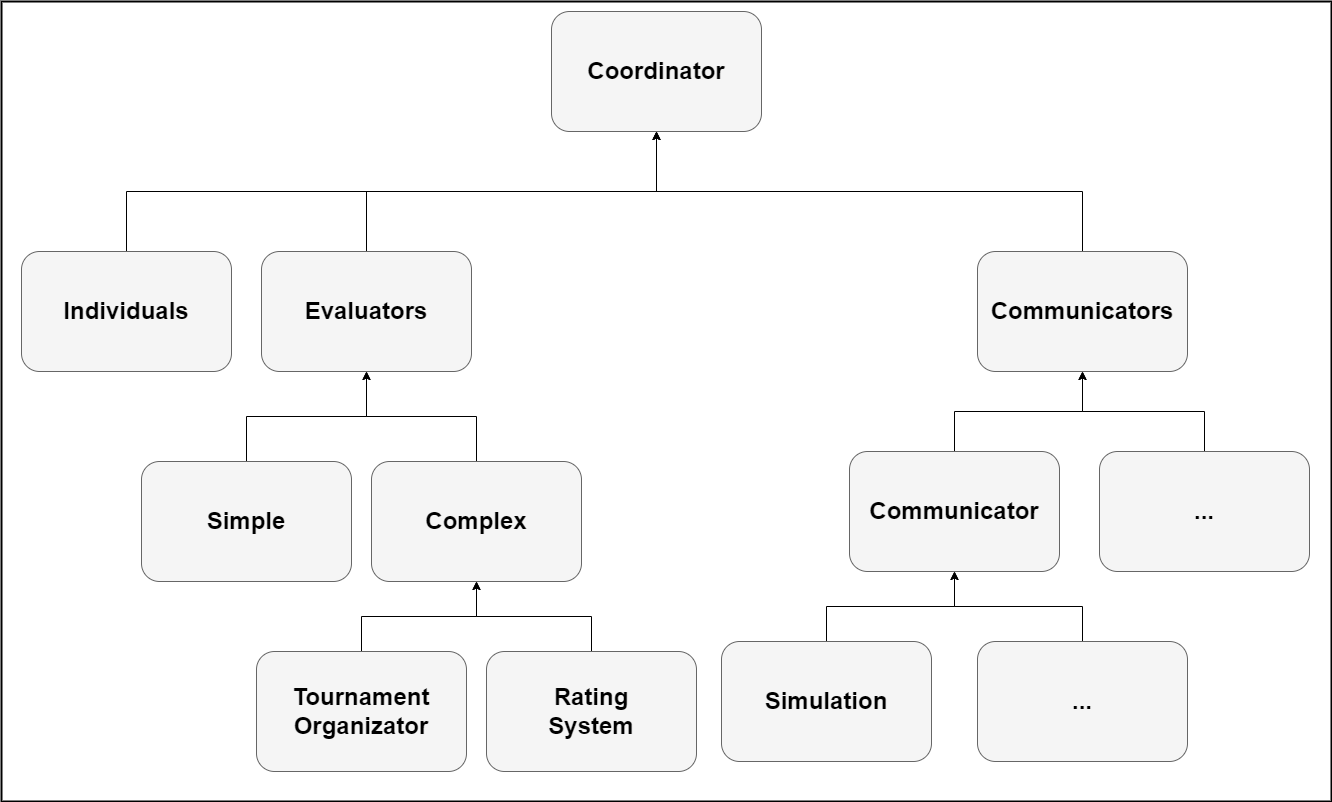
The draw.io diagram docs/images/coordinator_scheme.png in UM-LPM/GIANT, before a commit. Source tidied: cells renumbered, new cells last; positions are measured from the earlier drawing's top-left corner, leaving out a move shared by most shapes.
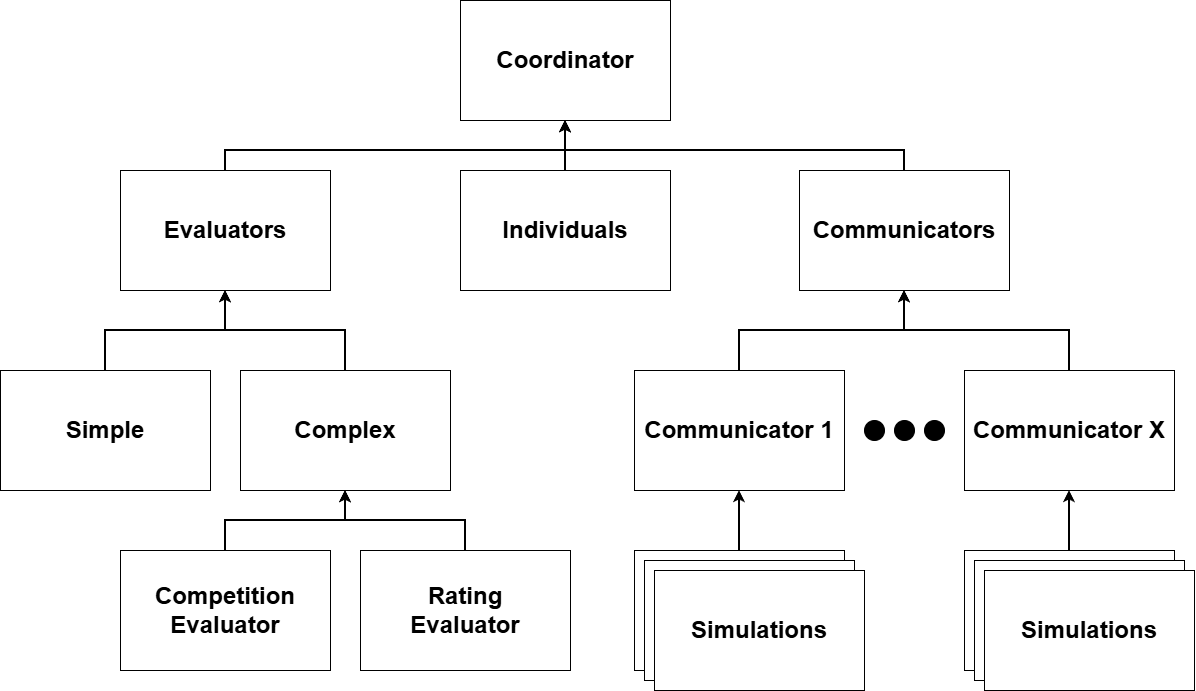
Later version of the same file.

The edit, as a diff of the source:
```diff
@@ -2,77 +2,105 @@
   <root>
     <mxCell id="0" />
     <mxCell id="1" parent="0" />
-    <mxCell id="2" value="&lt;h1 style=&quot;line-height: 120%; font-size: 24px;&quot;&gt;&lt;br&gt;&lt;/h1&gt;" style="rounded=0;whiteSpace=wrap;html=1;align=left;verticalAlign=top;glass=0;shadow=0;fontSize=24;labelPosition=center;verticalLabelPosition=middle;spacing=2;spacingLeft=12;fillColor=none;gradientColor=#b3b3b3;strokeColor=#000000;strokeWidth=2;" parent="1" vertex="1">
-      <mxGeometry width="1330" height="800" as="geometry" />
-    </mxCell>
-    <mxCell id="3" value="&lt;font size=&quot;1&quot; color=&quot;#000000&quot;&gt;&lt;b style=&quot;font-size: 24px;&quot;&gt;Coordinator&lt;/b&gt;&lt;/font&gt;" style="rounded=1;whiteSpace=wrap;html=1;fillColor=#f5f5f5;strokeColor=#666666;fontColor=#333333;" parent="1" vertex="1">
-      <mxGeometry x="550" y="10" width="210" height="120" as="geometry" />
+    <mxCell id="3" value="&lt;font size=&quot;1&quot; color=&quot;#000000&quot;&gt;&lt;b style=&quot;font-size: 24px;&quot;&gt;Coordinator&lt;/b&gt;&lt;/font&gt;" style="rounded=0;whiteSpace=wrap;html=1;fillColor=#FFFFFF;strokeColor=#000000;" parent="1" vertex="1">
+      <mxGeometry x="130" y="220" width="210" height="120" as="geometry" />
     </mxCell>
-    <mxCell id="4" style="edgeStyle=orthogonalEdgeStyle;rounded=0;jettySize=auto;html=1;exitX=0.5;exitY=0;exitDx=0;exitDy=0;" parent="1" edge="1" source="5" target="3">
+    <mxCell id="4" style="edgeStyle=orthogonalEdgeStyle;rounded=0;jettySize=auto;html=1;entryX=0.5;entryY=1;entryDx=0;entryDy=0;strokeWidth=2;" parent="1" edge="1" source="5" target="3">
       <mxGeometry relative="1" as="geometry" />
     </mxCell>
-    <mxCell id="5" value="&lt;font size=&quot;1&quot; color=&quot;#000000&quot;&gt;&lt;b style=&quot;font-size: 24px;&quot;&gt;Individuals&lt;/b&gt;&lt;/font&gt;" style="rounded=1;whiteSpace=wrap;html=1;fillColor=#f5f5f5;strokeColor=#666666;fontColor=#333333;" parent="1" vertex="1">
-      <mxGeometry x="20" y="250" width="210" height="120" as="geometry" />
+    <mxCell id="5" value="&lt;font size=&quot;1&quot; color=&quot;#000000&quot;&gt;&lt;b style=&quot;font-size: 24px;&quot;&gt;Individuals&lt;/b&gt;&lt;/font&gt;" style="rounded=0;whiteSpace=wrap;html=1;fillColor=#FFFFFF;strokeColor=#000000;" parent="1" vertex="1">
+      <mxGeometry x="130" y="390" width="210" height="120" as="geometry" />
     </mxCell>
-    <mxCell id="6" style="edgeStyle=orthogonalEdgeStyle;rounded=0;jettySize=auto;html=1;exitX=0.5;exitY=0;exitDx=0;exitDy=0;" parent="1" edge="1" source="7" target="3">
-      <mxGeometry relative="1" as="geometry" />
+    <mxCell id="6" style="edgeStyle=orthogonalEdgeStyle;rounded=0;jettySize=auto;html=1;strokeWidth=2;" parent="1" edge="1" source="7" target="3">
+      <mxGeometry relative="1" as="geometry">
+        <Array as="points">
+          <mxPoint x="-105" y="370" />
+          <mxPoint x="235" y="370" />
+        </Array>
+      </mxGeometry>
     </mxCell>
-    <mxCell id="7" value="&lt;font size=&quot;1&quot; color=&quot;#000000&quot;&gt;&lt;b style=&quot;font-size: 24px;&quot;&gt;Evaluators&lt;/b&gt;&lt;/font&gt;" style="rounded=1;whiteSpace=wrap;html=1;fillColor=#f5f5f5;strokeColor=#666666;fontColor=#333333;" parent="1" vertex="1">
-      <mxGeometry x="260" y="250" width="210" height="120" as="geometry" />
+    <mxCell id="7" value="&lt;font size=&quot;1&quot; color=&quot;#000000&quot;&gt;&lt;b style=&quot;font-size: 24px;&quot;&gt;Evaluators&lt;/b&gt;&lt;/font&gt;" style="rounded=0;whiteSpace=wrap;html=1;fillColor=#FFFFFF;strokeColor=#000000;" parent="1" vertex="1">
+      <mxGeometry x="-210" y="390" width="210" height="120" as="geometry" />
     </mxCell>
+    <mxCell id="16" style="edgeStyle=orthogonalEdgeStyle;rounded=0;jettySize=auto;html=1;strokeWidth=2;" parent="1" edge="1" source="17" target="3">
+      <mxGeometry relative="1" as="geometry">
+        <Array as="points">
+          <mxPoint x="574" y="370" />
+          <mxPoint x="235" y="370" />
+        </Array>
+      </mxGeometry>
+    </mxCell>
+    <mxCell id="17" value="&lt;font size=&quot;1&quot; color=&quot;#000000&quot;&gt;&lt;b style=&quot;font-size: 24px;&quot;&gt;Communicators&lt;/b&gt;&lt;/font&gt;" style="rounded=0;whiteSpace=wrap;html=1;fillColor=#FFFFFF;strokeColor=#000000;" parent="1" vertex="1">
+      <mxGeometry x="469" y="390" width="210" height="120" as="geometry" />
+    </mxCell>
+    <mxCell id="26" style="edgeStyle=orthogonalEdgeStyle;rounded=0;jettySize=auto;html=1;strokeWidth=2;" parent="1" edge="1" source="27" target="17">
+      <mxGeometry relative="1" as="geometry" />
+    </mxCell>
+    <mxCell id="27" value="&lt;font size=&quot;1&quot; color=&quot;#000000&quot;&gt;&lt;b style=&quot;font-size: 24px;&quot;&gt;Communicator 1&lt;/b&gt;&lt;/font&gt;" style="rounded=0;whiteSpace=wrap;html=1;fillColor=#FFFFFF;strokeColor=#000000;" parent="1" vertex="1">
+      <mxGeometry x="304" y="590" width="210" height="120" as="geometry" />
+    </mxCell>
+    <mxCell id="28" style="edgeStyle=orthogonalEdgeStyle;rounded=0;jettySize=auto;html=1;strokeWidth=2;" parent="1" edge="1" source="29" target="17">
+      <mxGeometry relative="1" as="geometry" />
+    </mxCell>
+    <mxCell id="29" value="&lt;font size=&quot;1&quot; color=&quot;#000000&quot;&gt;&lt;b style=&quot;font-size: 24px;&quot;&gt;Communicator X&lt;/b&gt;&lt;/font&gt;" style="rounded=0;whiteSpace=wrap;html=1;fillColor=#FFFFFF;strokeColor=#000000;" parent="1" vertex="1">
+      <mxGeometry x="634" y="590" width="210" height="120" as="geometry" />
+    </mxCell>
+    <mxCell id="30" style="ellipse;whiteSpace=wrap;html=1;fillColor=#000000;" parent="1" vertex="1">
+      <mxGeometry x="534" y="640" width="20" height="20" as="geometry" />
+    </mxCell>
+    <mxCell id="31" style="ellipse;whiteSpace=wrap;html=1;fillColor=#000000;" parent="1" vertex="1">
+      <mxGeometry x="564" y="640" width="20" height="20" as="geometry" />
+    </mxCell>
+    <mxCell id="32" style="ellipse;whiteSpace=wrap;html=1;fillColor=#000000;" parent="1" vertex="1">
+      <mxGeometry x="594" y="640" width="20" height="20" as="geometry" />
+    </mxCell>
+    <mxCell id="10" style="edgeStyle=orthogonalEdgeStyle;rounded=0;jettySize=auto;html=1;strokeWidth=2;" parent="1" edge="1" source="11" target="7">
+      <mxGeometry relative="1" as="geometry" />
+    </mxCell>
+    <mxCell id="11" value="&lt;font size=&quot;1&quot; color=&quot;#000000&quot;&gt;&lt;b style=&quot;font-size: 24px;&quot;&gt;Complex&lt;/b&gt;&lt;/font&gt;" style="rounded=0;whiteSpace=wrap;html=1;fillColor=#FFFFFF;strokeColor=#000000;" parent="1" vertex="1">
+      <mxGeometry x="-90" y="590" width="210" height="120" as="geometry" />
+    </mxCell>
-    <mxCell id="8" style="edgeStyle=orthogonalEdgeStyle;rounded=0;jettySize=auto;html=1;exitX=0.5;exitY=0;exitDx=0;exitDy=0;" parent="1" edge="1" source="9" target="7">
+    <mxCell id="8" style="edgeStyle=orthogonalEdgeStyle;rounded=0;jettySize=auto;html=1;strokeWidth=2;" parent="1" edge="1" source="9" target="7">
       <mxGeometry relative="1" as="geometry" />
     </mxCell>
-    <mxCell id="9" value="&lt;font size=&quot;1&quot; color=&quot;#000000&quot;&gt;&lt;b style=&quot;font-size: 24px;&quot;&gt;Simple&lt;/b&gt;&lt;/font&gt;" style="rounded=1;whiteSpace=wrap;html=1;fillColor=#f5f5f5;strokeColor=#666666;fontColor=#333333;" parent="1" vertex="1">
-      <mxGeometry x="140" y="460" width="210" height="120" as="geometry" />
+    <mxCell id="9" value="&lt;font size=&quot;1&quot; color=&quot;#000000&quot;&gt;&lt;b style=&quot;font-size: 24px;&quot;&gt;Simple&lt;/b&gt;&lt;/font&gt;" style="rounded=0;whiteSpace=wrap;html=1;fillColor=#FFFFFF;strokeColor=#000000;" parent="1" vertex="1">
+      <mxGeometry x="-330" y="590" width="210" height="120" as="geometry" />
     </mxCell>
-    <mxCell id="10" style="edgeStyle=orthogonalEdgeStyle;rounded=0;jettySize=auto;html=1;exitX=0.5;exitY=0;exitDx=0;exitDy=0;" parent="1" edge="1" source="11" target="7">
-      <mxGeometry relative="1" as="geometry" />
-    </mxCell>
-    <mxCell id="11" value="&lt;font size=&quot;1&quot; color=&quot;#000000&quot;&gt;&lt;b style=&quot;font-size: 24px;&quot;&gt;Complex&lt;/b&gt;&lt;/font&gt;" style="rounded=1;whiteSpace=wrap;html=1;fillColor=#f5f5f5;strokeColor=#666666;fontColor=#333333;" parent="1" vertex="1">
-      <mxGeometry x="370" y="460" width="210" height="120" as="geometry" />
-    </mxCell>
-    <mxCell id="12" style="edgeStyle=orthogonalEdgeStyle;rounded=0;jettySize=auto;html=1;exitX=0.5;exitY=0;exitDx=0;exitDy=0;" parent="1" edge="1" source="13" target="11">
-      <mxGeometry relative="1" as="geometry" />
-    </mxCell>
-    <mxCell id="13" value="&lt;font size=&quot;1&quot; color=&quot;#000000&quot;&gt;&lt;b style=&quot;font-size: 24px;&quot;&gt;Tournament&lt;/b&gt;&lt;/font&gt;&lt;div&gt;&lt;font size=&quot;1&quot; color=&quot;#000000&quot;&gt;&lt;b style=&quot;font-size: 24px;&quot;&gt;Organizator&lt;/b&gt;&lt;/font&gt;&lt;/div&gt;" style="rounded=1;whiteSpace=wrap;html=1;fillColor=#f5f5f5;strokeColor=#666666;fontColor=#333333;" parent="1" vertex="1">
-      <mxGeometry x="255" y="650" width="210" height="120" as="geometry" />
-    </mxCell>
-    <mxCell id="14" style="edgeStyle=orthogonalEdgeStyle;rounded=0;jettySize=auto;html=1;exitX=0.5;exitY=0;exitDx=0;exitDy=0;" parent="1" edge="1" source="15" target="11">
-      <mxGeometry relative="1" as="geometry" />
-    </mxCell>
-    <mxCell id="15" value="&lt;font color=&quot;#000000&quot;&gt;&lt;span style=&quot;font-size: 24px;&quot;&gt;&lt;b&gt;Rating&lt;/b&gt;&lt;/span&gt;&lt;/font&gt;&lt;div&gt;&lt;font color=&quot;#000000&quot;&gt;&lt;span style=&quot;font-size: 24px;&quot;&gt;&lt;b&gt;System&lt;/b&gt;&lt;/span&gt;&lt;/font&gt;&lt;/div&gt;" style="rounded=1;whiteSpace=wrap;html=1;fillColor=#f5f5f5;strokeColor=#666666;fontColor=#333333;" parent="1" vertex="1">
-      <mxGeometry x="485" y="650" width="210" height="120" as="geometry" />
-    </mxCell>
-    <mxCell id="16" style="edgeStyle=orthogonalEdgeStyle;rounded=0;jettySize=auto;html=1;exitX=0.5;exitY=0;exitDx=0;exitDy=0;" parent="1" edge="1" source="17" target="3">
-      <mxGeometry relative="1" as="geometry" />
-    </mxCell>
-    <mxCell id="17" value="&lt;font size=&quot;1&quot; color=&quot;#000000&quot;&gt;&lt;b style=&quot;font-size: 24px;&quot;&gt;Communicators&lt;/b&gt;&lt;/font&gt;" style="rounded=1;whiteSpace=wrap;html=1;fillColor=#f5f5f5;strokeColor=#666666;fontColor=#333333;" parent="1" vertex="1">
-      <mxGeometry x="976" y="250" width="210" height="120" as="geometry" />
-    </mxCell>
-    <mxCell id="18" style="edgeStyle=orthogonalEdgeStyle;rounded=0;jettySize=auto;html=1;exitX=0.5;exitY=0;exitDx=0;exitDy=0;" parent="1" edge="1" source="19" target="17">
-      <mxGeometry relative="1" as="geometry" />
-    </mxCell>
-    <mxCell id="19" value="&lt;font size=&quot;1&quot; color=&quot;#000000&quot;&gt;&lt;b style=&quot;font-size: 24px;&quot;&gt;Communicator&lt;/b&gt;&lt;/font&gt;" style="rounded=1;whiteSpace=wrap;html=1;fillColor=#f5f5f5;strokeColor=#666666;fontColor=#333333;" parent="1" vertex="1">
-      <mxGeometry x="848" y="450" width="210" height="120" as="geometry" />
-    </mxCell>
-    <mxCell id="20" style="edgeStyle=orthogonalEdgeStyle;rounded=0;jettySize=auto;html=1;exitX=0.5;exitY=0;exitDx=0;exitDy=0;" parent="1" edge="1" source="21" target="17">
-      <mxGeometry relative="1" as="geometry" />
-    </mxCell>
-    <mxCell id="21" value="&lt;font size=&quot;1&quot; color=&quot;#000000&quot;&gt;&lt;b style=&quot;font-size: 24px;&quot;&gt;...&lt;/b&gt;&lt;/font&gt;" style="rounded=1;whiteSpace=wrap;html=1;fillColor=#f5f5f5;strokeColor=#666666;fontColor=#333333;" parent="1" vertex="1">
-      <mxGeometry x="1098" y="450" width="210" height="120" as="geometry" />
-    </mxCell>
-    <mxCell id="22" style="edgeStyle=orthogonalEdgeStyle;rounded=0;jettySize=auto;html=1;exitX=0.5;exitY=0;exitDx=0;exitDy=0;" parent="1" edge="1" source="23" target="19">
-      <mxGeometry relative="1" as="geometry" />
-    </mxCell>
-    <mxCell id="23" value="&lt;font size=&quot;1&quot; color=&quot;#000000&quot;&gt;&lt;b style=&quot;font-size: 24px;&quot;&gt;Simulation&lt;/b&gt;&lt;/font&gt;" style="rounded=1;whiteSpace=wrap;html=1;fillColor=#f5f5f5;strokeColor=#666666;fontColor=#333333;" parent="1" vertex="1">
-      <mxGeometry x="720" y="640" width="210" height="120" as="geometry" />
-    </mxCell>
-    <mxCell id="24" style="edgeStyle=orthogonalEdgeStyle;rounded=0;jettySize=auto;html=1;exitX=0.5;exitY=0;exitDx=0;exitDy=0;" parent="1" edge="1" source="25" target="19">
-      <mxGeometry relative="1" as="geometry" />
-    </mxCell>
-    <mxCell id="25" value="&lt;font size=&quot;1&quot; color=&quot;#000000&quot;&gt;&lt;b style=&quot;font-size: 24px;&quot;&gt;...&lt;/b&gt;&lt;/font&gt;" style="rounded=1;whiteSpace=wrap;html=1;fillColor=#f5f5f5;strokeColor=#666666;fontColor=#333333;" parent="1" vertex="1">
-      <mxGeometry x="976" y="640" width="210" height="120" as="geometry" />
-    </mxCell>
+    <mxCell id="33" style="edgeStyle=orthogonalEdgeStyle;rounded=0;jettySize=auto;html=1;strokeWidth=2;" parent="1" edge="1" source="34" target="11">
+      <mxGeometry relative="1" as="geometry" />
+    </mxCell>
+    <mxCell id="34" value="&lt;font size=&quot;1&quot; color=&quot;#000000&quot;&gt;&lt;b style=&quot;font-size: 24px;&quot;&gt;Competition&lt;/b&gt;&lt;/font&gt;&lt;div&gt;&lt;font size=&quot;1&quot; color=&quot;#000000&quot;&gt;&lt;b style=&quot;font-size: 24px;&quot;&gt;Evaluator&lt;/b&gt;&lt;/font&gt;&lt;/div&gt;" style="rounded=0;whiteSpace=wrap;html=1;fillColor=#FFFFFF;strokeColor=#000000;" parent="1" vertex="1">
+      <mxGeometry x="-210" y="770" width="210" height="120" as="geometry" />
+    </mxCell>
+    <mxCell id="35" style="edgeStyle=orthogonalEdgeStyle;rounded=0;jettySize=auto;html=1;strokeWidth=2;" parent="1" edge="1" source="36" target="11">
+      <mxGeometry relative="1" as="geometry" />
+    </mxCell>
+    <mxCell id="36" value="&lt;font size=&quot;1&quot; color=&quot;#000000&quot;&gt;&lt;b style=&quot;font-size: 24px;&quot;&gt;Rating&lt;/b&gt;&lt;/font&gt;&lt;div&gt;&lt;font size=&quot;1&quot; color=&quot;#000000&quot;&gt;&lt;b style=&quot;font-size: 24px;&quot;&gt;Evaluator&lt;/b&gt;&lt;/font&gt;&lt;/div&gt;" style="rounded=0;whiteSpace=wrap;html=1;fillColor=#FFFFFF;strokeColor=#000000;" parent="1" vertex="1">
+      <mxGeometry x="30" y="770" width="210" height="120" as="geometry" />
+    </mxCell>
+    <mxCell id="37" style="edgeStyle=orthogonalEdgeStyle;rounded=0;jettySize=auto;html=1;strokeWidth=2;" parent="1" edge="1" source="38" target="27">
+      <mxGeometry relative="1" as="geometry" />
+    </mxCell>
+    <mxCell id="38" style="rounded=0;whiteSpace=wrap;html=1;fillColor=#FFFFFF;strokeColor=#000000;" parent="1" vertex="1">
+      <mxGeometry x="304" y="770" width="210" height="120" as="geometry" />
+    </mxCell>
+    <mxCell id="39" style="rounded=0;whiteSpace=wrap;html=1;fillColor=#FFFFFF;strokeColor=#000000;" parent="1" vertex="1">
+      <mxGeometry x="314" y="780" width="210" height="120" as="geometry" />
+    </mxCell>
+    <mxCell id="40" value="&lt;font style=&quot;font-size: 24px;&quot;&gt;&lt;b&gt;Simulations&lt;/b&gt;&lt;/font&gt;" style="rounded=0;whiteSpace=wrap;html=1;fillColor=#FFFFFF;strokeColor=#000000;" parent="1" vertex="1">
+      <mxGeometry x="324" y="790" width="210" height="120" as="geometry" />
+    </mxCell>
+    <mxCell id="41" style="edgeStyle=orthogonalEdgeStyle;rounded=0;jettySize=auto;html=1;strokeWidth=2;" parent="1" edge="1" source="42" target="29">
+      <mxGeometry relative="1" as="geometry" />
+    </mxCell>
+    <mxCell id="42" style="rounded=0;whiteSpace=wrap;html=1;fillColor=#FFFFFF;strokeColor=#000000;" parent="1" vertex="1">
+      <mxGeometry x="634" y="770" width="210" height="120" as="geometry" />
+    </mxCell>
+    <mxCell id="43" style="rounded=0;whiteSpace=wrap;html=1;fillColor=#FFFFFF;strokeColor=#000000;" parent="1" vertex="1">
+      <mxGeometry x="644" y="780" width="210" height="120" as="geometry" />
+    </mxCell>
+    <mxCell id="44" value="&lt;font style=&quot;font-size: 24px;&quot;&gt;&lt;b&gt;Simulations&lt;/b&gt;&lt;/font&gt;" style="rounded=0;whiteSpace=wrap;html=1;fillColor=#FFFFFF;strokeColor=#000000;" parent="1" vertex="1">
+      <mxGeometry x="654" y="790" width="210" height="120" as="geometry" />
+    </mxCell>
   </root>
 </mxGraphModel>
```
